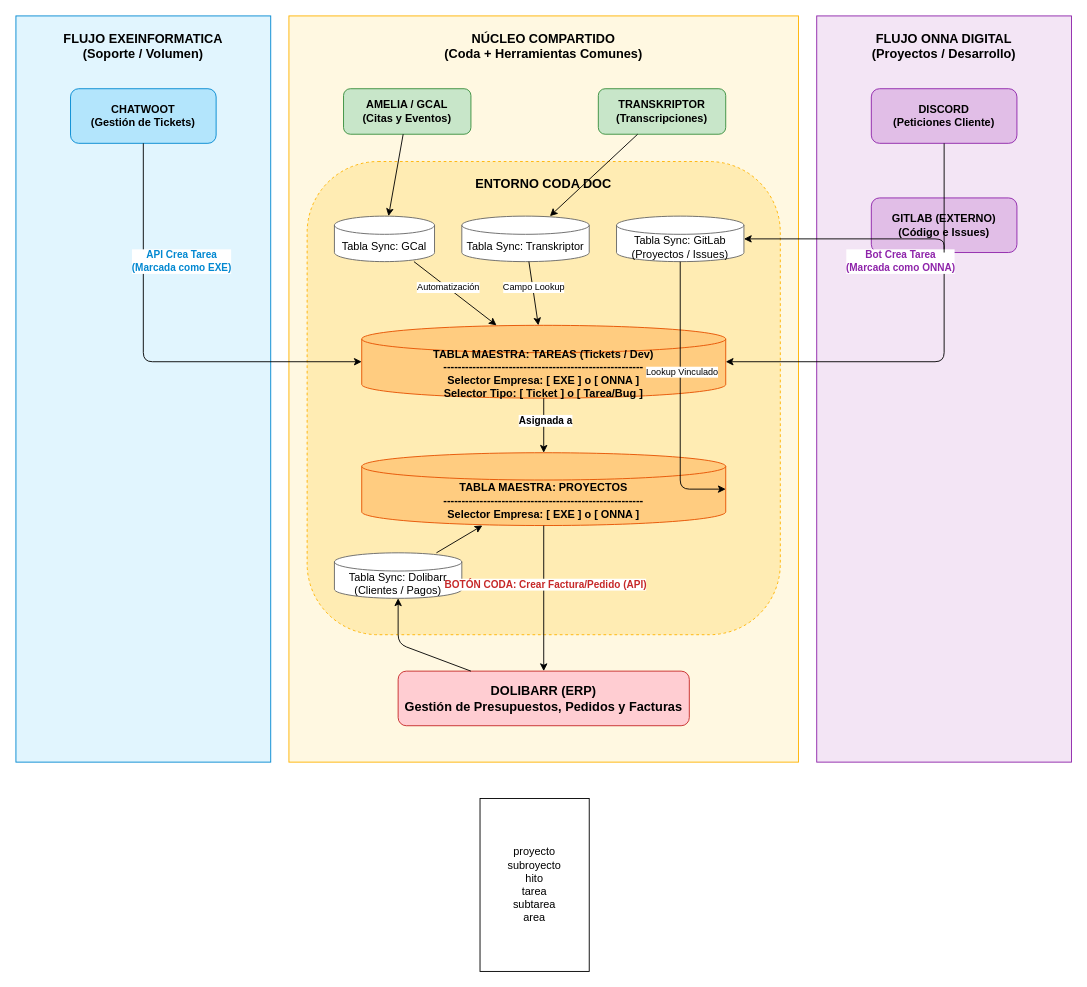
This is Diagrama sin título.drawio from onnadigital-ia/draw.io, a draw.io file, before an edit. Source tidied: cells renumbered, new cells numbered last; positions are measured from the earlier drawing's top-left corner, leaving out a move shared by most shapes. Both pictures are drawn from the tidied source at 91%, with x=0, y=0 at pixel (15, 15).
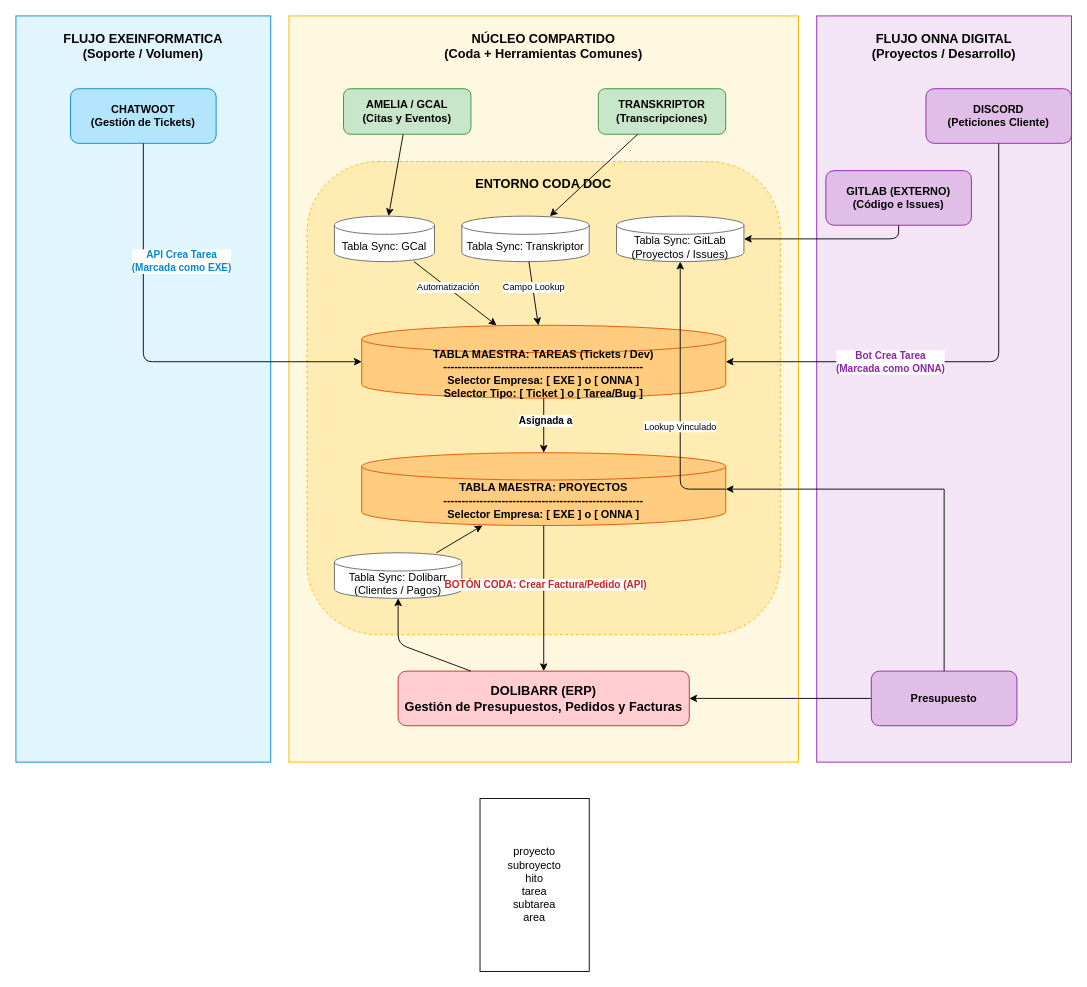
After the change.

Unchanged cells that the change refers to:
```xml
<mxCell id="13" value="Tabla Sync: GitLab&#10;(Proyectos / Issues)" style="shape=cylinder3;whiteSpace=wrap;html=1;boundedLbl=1;backgroundOutline=1;size=10;fillColor=#ffffff;strokeColor=#666666;" parent="1" vertex="1">
  <mxGeometry x="660" y="220" width="140" height="50" as="geometry" />
</mxCell>
<mxCell id="15" value="TABLA MAESTRA: TAREAS (Tickets / Dev)&#10;-------------------------------------------------------&#10;Selector Empresa: [ EXE ] o [ ONNA ]&#10;Selector Tipo: [ Ticket ] o [ Tarea/Bug ]" style="shape=cylinder3;whiteSpace=wrap;html=1;boundedLbl=1;backgroundOutline=1;size=15;fillColor=#ffcc80;strokeColor=#e65100;fontStyle=1;" parent="1" vertex="1">
  <mxGeometry x="380" y="340" width="400" height="80" as="geometry" />
</mxCell>
<mxCell id="16" value="TABLA MAESTRA: PROYECTOS&#10;-------------------------------------------------------&#10;Selector Empresa: [ EXE ] o [ ONNA ]" style="shape=cylinder3;whiteSpace=wrap;html=1;boundedLbl=1;backgroundOutline=1;size=15;fillColor=#ffcc80;strokeColor=#e65100;fontStyle=1;" parent="1" vertex="1">
  <mxGeometry x="380" y="480" width="400" height="80" as="geometry" />
</mxCell>
<mxCell id="17" value="DOLIBARR (ERP)&#10;Gestión de Presupuestos, Pedidos y Facturas" style="rounded=1;whiteSpace=wrap;html=1;fillColor=#ffcdd2;strokeColor=#c62828;fontStyle=1;fontSize=14;" parent="1" vertex="1">
  <mxGeometry x="420" y="720" width="320" height="60" as="geometry" />
</mxCell>
```

Change to the diagram source:
```diff
@@
     <mxCell id="6" value="DISCORD&#10;(Peticiones Cliente)" style="rounded=1;whiteSpace=wrap;html=1;fillColor=#e1bee7;strokeColor=#8e24aa;fontStyle=1;" parent="1" vertex="1">
-      <mxGeometry x="940" y="80" width="160" height="60" as="geometry" />
+      <mxGeometry x="1000" y="80" width="160" height="60" as="geometry" />
     </mxCell>
     <mxCell id="7" value="GITLAB (EXTERNO)&#10;(Código e Issues)" style="rounded=1;whiteSpace=wrap;html=1;fillColor=#e1bee7;strokeColor=#8e24aa;fontStyle=1;" parent="1" vertex="1">
-      <mxGeometry x="940" y="200" width="160" height="60" as="geometry" />
+      <mxGeometry x="890" y="170" width="160" height="60" as="geometry" />
     </mxCell>
@@
     <mxCell id="20" parent="1" edge="1" source="6" target="15">
       <mxGeometry relative="1" as="geometry">
         <Array as="points">
-          <mxPoint x="1020" y="380" />
+          <mxPoint x="1080" y="380" />
         </Array>
       </mxGeometry>
     </mxCell>
     <mxCell id="21" value="Bot Crea Tarea&#10;(Marcada como ONNA)" style="edgeLabel;html=1;align=center;verticalAlign=middle;backgroundColor=#ffffff;fontStyle=1;fontColor=#8e24aa;" parent="20" vertex="1">
       <mxGeometry x="-0.4" y="1" relative="1" as="geometry">
-        <mxPoint x="-50" y="-15" as="offset" />
+        <mxPoint x="-121" y="78" as="offset" />
       </mxGeometry>
     </mxCell>
     <mxCell id="22" parent="1" edge="1" source="7" target="13">
       <mxGeometry relative="1" as="geometry">
         <Array as="points">
-          <mxPoint x="1020" y="245" />
+          <mxPoint x="970" y="245" />
         </Array>
       </mxGeometry>
     </mxCell>
-    <mxCell id="23" parent="1" edge="1" source="13" target="16">
+    <mxCell id="23" parent="1" edge="1" source="16" target="13">
       <mxGeometry relative="1" as="geometry">
         <Array as="points">
           <mxPoint x="730" y="520" />
         </Array>
       </mxGeometry>
     </mxCell>
@@
+    <mxCell id="38" style="edgeStyle=orthogonalEdgeStyle;rounded=0;jettySize=auto;html=1;" parent="1" edge="1" source="39" target="17">
+      <mxGeometry relative="1" as="geometry" />
+    </mxCell>
+    <mxCell id="39" value="Presupuesto" style="rounded=1;whiteSpace=wrap;html=1;fillColor=#e1bee7;strokeColor=#8e24aa;fontStyle=1;" parent="1" vertex="1">
+      <mxGeometry x="940" y="720" width="160" height="60" as="geometry" />
+    </mxCell>
+    <mxCell id="40" style="edgeStyle=orthogonalEdgeStyle;rounded=0;jettySize=auto;html=1;exitX=0.5;exitY=0;exitDx=0;exitDy=0;entryX=1;entryY=0.5;entryDx=0;entryDy=0;entryPerimeter=0;" parent="1" edge="1" source="39" target="16">
+      <mxGeometry relative="1" as="geometry" />
+    </mxCell>
```
